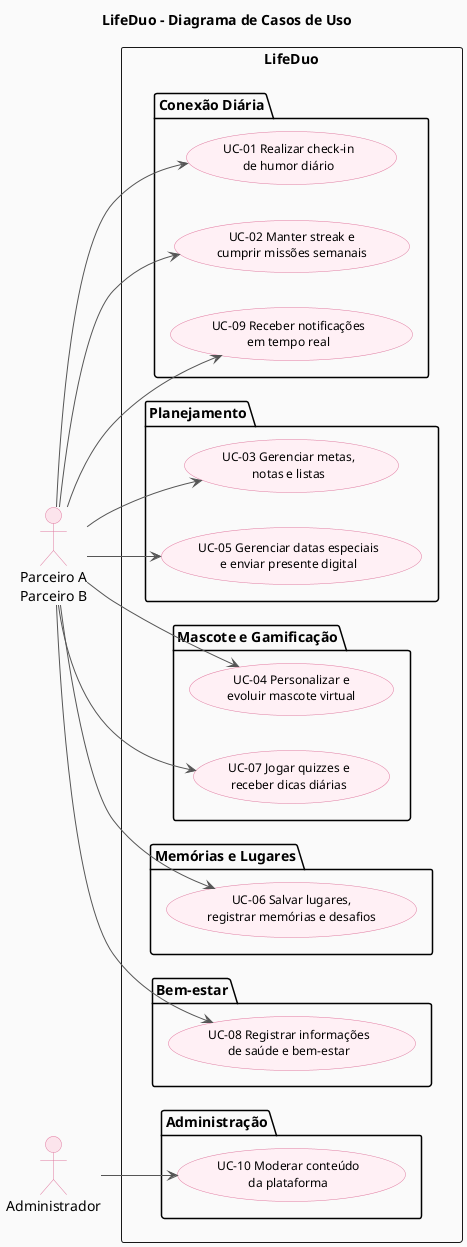
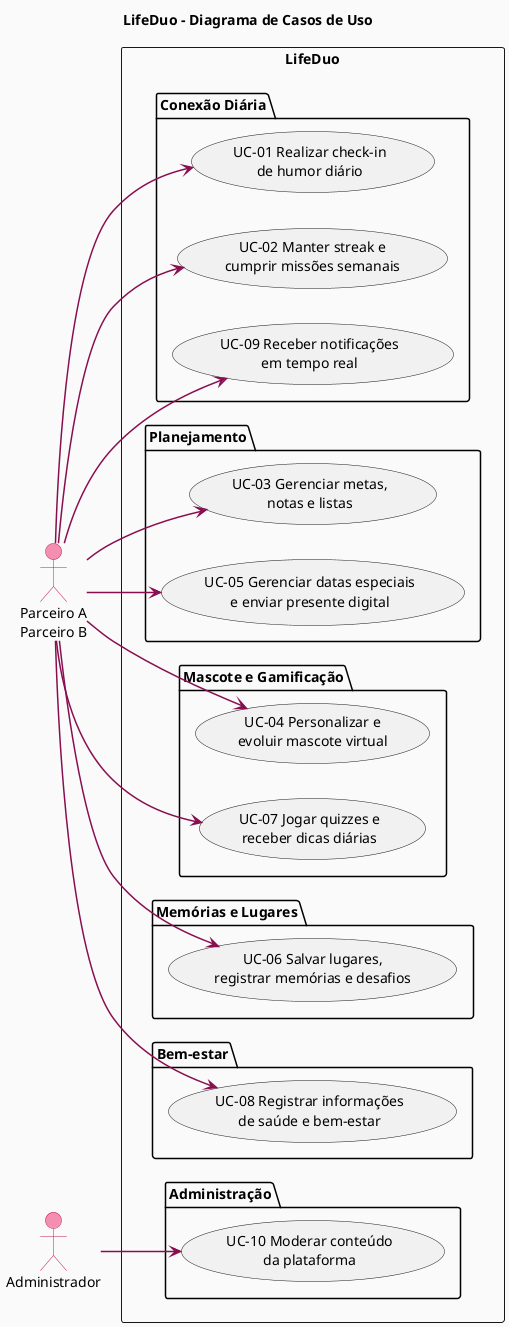
@startuml
title LifeDuo - Diagrama de Casos de Uso
left to right direction
skinparam backgroundColor #FAFAFA
skinparam shadowing false
- skinparam usecase {
-   BackgroundColor #FFF0F5
-   BorderColor #E07AA0
-   FontSize 12
- }
- skinparam actor {
-   BackgroundColor #FCE4EC
-   BorderColor #E07AA0
- }
- skinparam ArrowColor #555555
+ skinparam sequenceArrowThickness 1.5
+ skinparam sequenceParticipantBorderColor #C2185B
+ skinparam sequenceParticipantBackgroundColor #F8BBD0
+ skinparam sequenceActorBorderColor #C2185B
+ skinparam sequenceActorBackgroundColor #F48FB1
+ skinparam sequenceLifeLineBorderColor #AD1457
+ skinparam sequenceArrowColor #880E4F
+ skinparam ArrowColor #880E4F
+ skinparam noteBorderColor #AD1457
+ skinparam noteBackgroundColor #FCE4EC
+ skinparam noteFontColor #880E4F
+ skinparam sequenceMessageFontColor #880E4F
+ skinparam databaseBorderColor #C2185B
+ skinparam databaseBackgroundColor #F8BBD0
+ skinparam collectionsBackgroundColor #F8BBD0
+ skinparam collectionsBorderColor #C2185B

actor "Parceiro A\nParceiro B" as Partner
actor "Administrador" as Admin

rectangle "LifeDuo" {
  package "Conexão Diária" {
    usecase "UC-01 Realizar check-in\nde humor diário" as UC1
    usecase "UC-02 Manter streak e\ncumprir missões semanais" as UC2
    usecase "UC-09 Receber notificações\nem tempo real" as UC9
  }
  package "Planejamento" {
    usecase "UC-03 Gerenciar metas,\nnotas e listas" as UC3
    usecase "UC-05 Gerenciar datas especiais\ne enviar presente digital" as UC5
  }
  package "Mascote e Gamificação" {
    usecase "UC-04 Personalizar e\nevoluir mascote virtual" as UC4
    usecase "UC-07 Jogar quizzes e\nreceber dicas diárias" as UC7
  }
  package "Memórias e Lugares" {
    usecase "UC-06 Salvar lugares,\nregistrar memórias e desafios" as UC6
  }
  package "Bem-estar" {
    usecase "UC-08 Registrar informações\nde saúde e bem-estar" as UC8
  }
  package "Administração" {
    usecase "UC-10 Moderar conteúdo\nda plataforma" as UC10
  }
}

Partner --> UC1
Partner --> UC2
Partner --> UC3
Partner --> UC4
Partner --> UC5
Partner --> UC6
Partner --> UC7
Partner --> UC8
Partner --> UC9
Admin --> UC10

@enduml